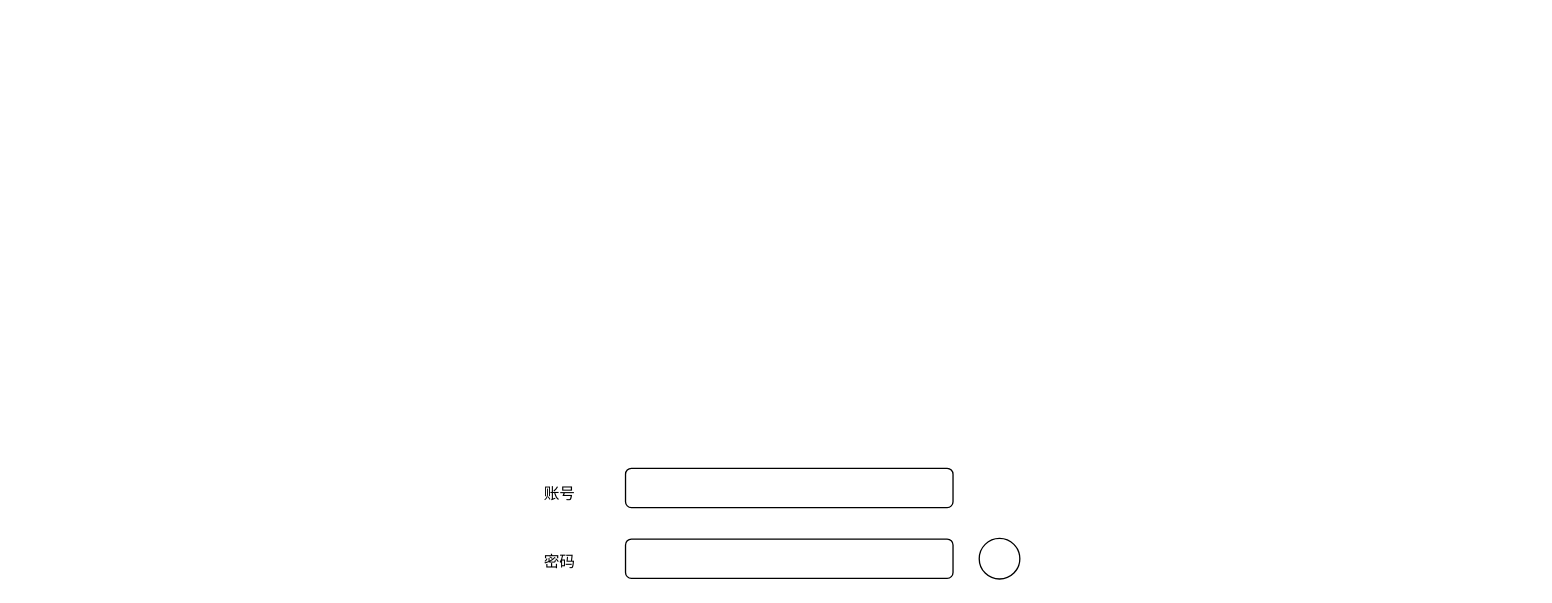
This is page "login" (1 of 11) of project-in-action/software-develop-management-system/doc/design/ui/sdms.drawio from callistoctopus/project-all-in-one, a draw.io file, before an edit. Source tidied: cells renumbered, new cells numbered last; positions are measured from the earlier drawing's top-left corner, leaving out a move shared by most shapes. Both pictures are drawn from the tidied source at 131%, with x=0, y=0 at pixel (494, 468).
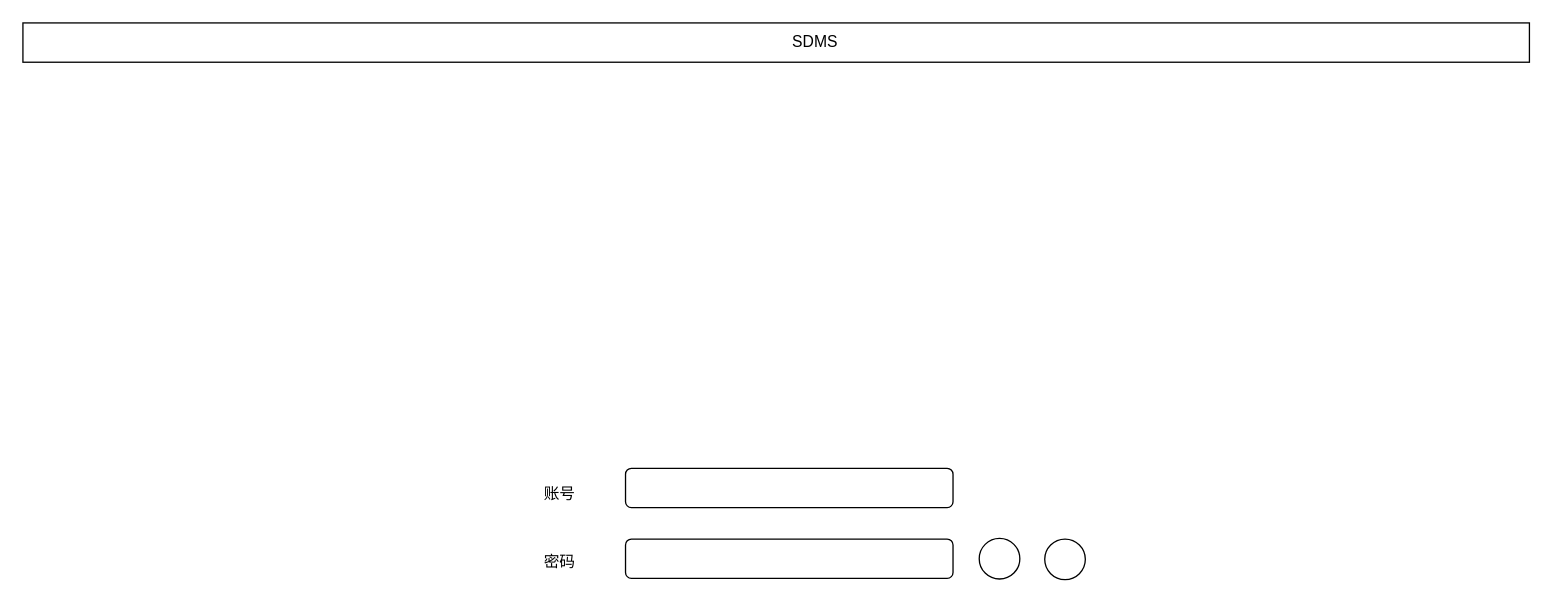
After the change.

What changed in the source:
```diff
@@
 <mxGraphModel>
   <root>
     <mxCell id="0" />
     <mxCell id="1" parent="0" />
     <mxCell id="2" style="rounded=1;whiteSpace=wrap;html=1;imageWidth=24;" parent="1" vertex="1">
       <mxGeometry x="100" width="250" height="30" as="geometry" />
     </mxCell>
     <mxCell id="3" style="rounded=1;whiteSpace=wrap;html=1;imageWidth=24;" parent="1" vertex="1">
       <mxGeometry x="100" y="54" width="250" height="30" as="geometry" />
     </mxCell>
     <mxCell id="4" value="账号" style="text;html=1;strokeColor=none;fillColor=none;align=center;verticalAlign=middle;whiteSpace=wrap;rounded=0;" parent="1" vertex="1">
       <mxGeometry y="10" width="100" height="20" as="geometry" />
     </mxCell>
     <mxCell id="5" value="密码" style="text;html=1;strokeColor=none;fillColor=none;align=center;verticalAlign=middle;whiteSpace=wrap;rounded=0;" parent="1" vertex="1">
       <mxGeometry y="62" width="100" height="20" as="geometry" />
     </mxCell>
     <mxCell id="6" style="ellipse;whiteSpace=wrap;html=1;" parent="1" vertex="1">
       <mxGeometry x="370" y="53.5" width="31" height="31" as="geometry" />
     </mxCell>
+    <mxCell id="7" style="rounded=0;whiteSpace=wrap;html=1;" parent="1" vertex="1">
+      <mxGeometry x="-360" y="-340" width="1150" height="30" as="geometry" />
+    </mxCell>
+    <mxCell id="8" value="SDMS" style="text;html=1;strokeColor=none;fillColor=none;align=center;verticalAlign=middle;whiteSpace=wrap;rounded=0;" parent="1" vertex="1">
+      <mxGeometry x="170" y="-335" width="150" height="20" as="geometry" />
+    </mxCell>
+    <mxCell id="9" style="ellipse;whiteSpace=wrap;html=1;" parent="1" vertex="1">
+      <mxGeometry x="420" y="54" width="31" height="31" as="geometry" />
+    </mxCell>
   </root>
 </mxGraphModel>
```
